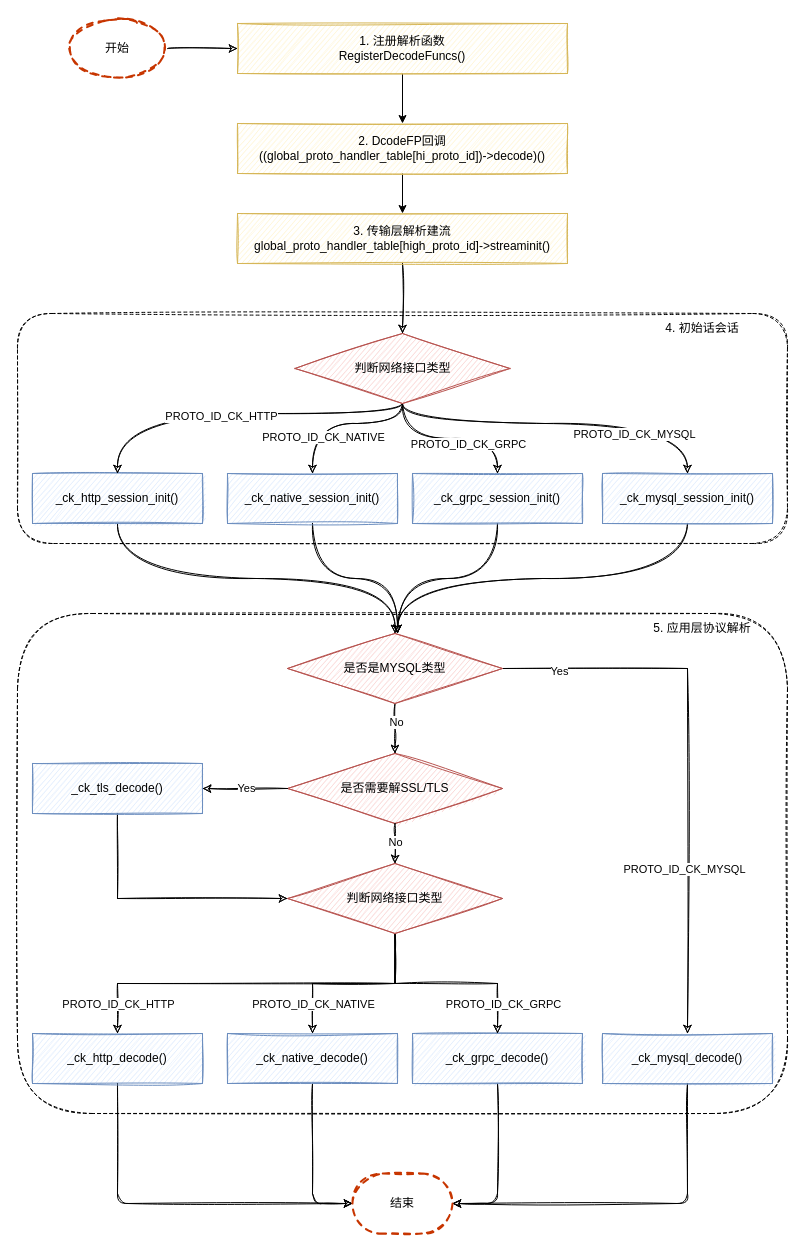
Earlier version of the draw.io diagram ck parse progess.drawio (leonce28/draw-io-img). Source tidied: cells renumbered, new cells numbered last; positions are measured from the earlier drawing's top-left corner, leaving out a move shared by most shapes. Both pictures are drawn from the tidied source at 100%, with x=0, y=0 at pixel (17, 18).
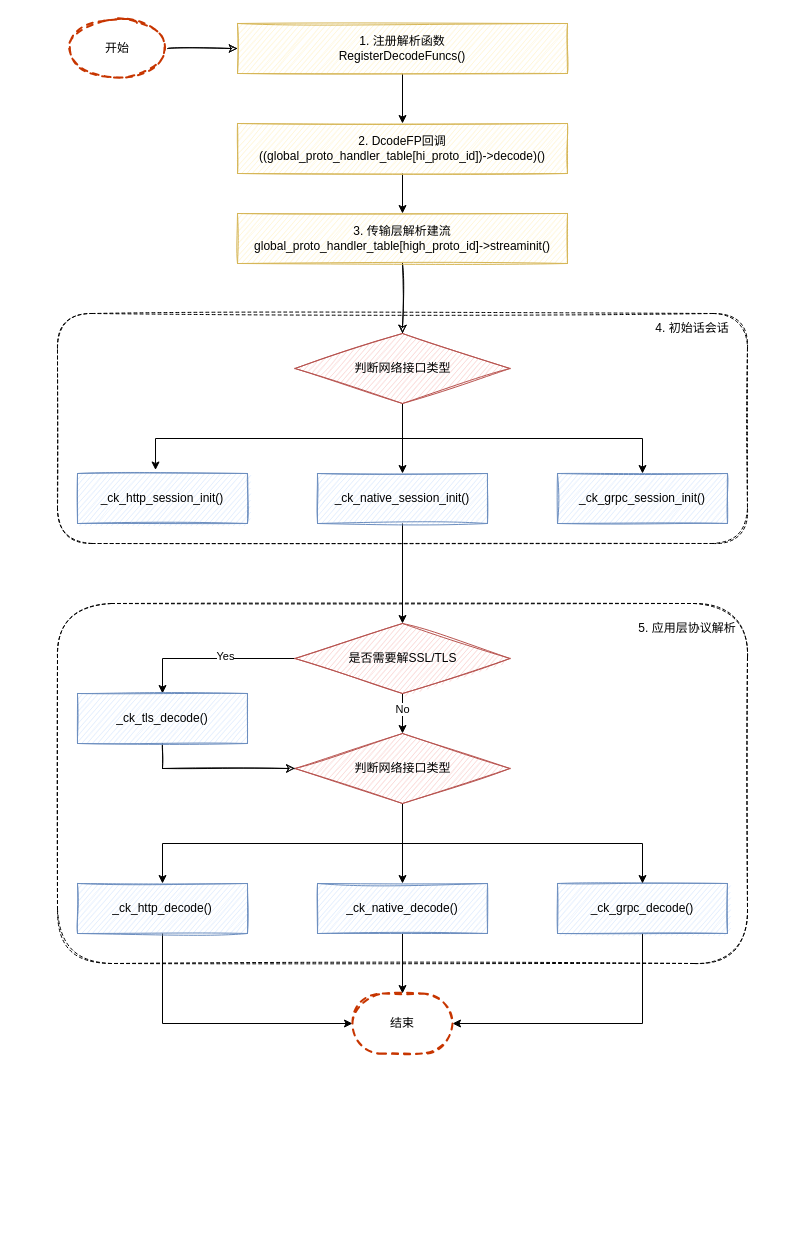
After the change.

Unchanged cells that the change refers to:
```xml
<mxCell id="25" value="&lt;span style=&quot;font-family: monospace; font-size: 0px;&quot;&gt;4&lt;/span&gt;" style="rhombus;whiteSpace=wrap;html=1;fillStyle=auto;strokeColor=#b85450;fillColor=#f8cecc;sketch=1;" parent="1" vertex="1">
  <mxGeometry x="277.5" y="315" width="215" height="70" as="geometry" />
</mxCell>
```

The edit, as a diff of the source:
```diff
@@
+    <mxCell id="64" style="rounded=1;whiteSpace=wrap;html=1;shadow=0;glass=0;dashed=1;sketch=1;fillStyle=auto;strokeWidth=1;fillColor=none;fontColor=#333333;strokeColor=#000000;" parent="1" vertex="1">
+      <mxGeometry x="40" y="585" width="690" height="360" as="geometry" />
+    </mxCell>
+    <mxCell id="65" style="edgeStyle=orthogonalEdgeStyle;rounded=0;jettySize=auto;html=1;exitX=0.5;exitY=1;exitDx=0;exitDy=0;entryX=0.5;entryY=0;entryDx=0;entryDy=0;" parent="1" edge="1" source="2" target="42">
+      <mxGeometry relative="1" as="geometry" />
+    </mxCell>
+    <mxCell id="66" value="No" style="edgeLabel;html=1;align=center;verticalAlign=middle;" parent="65" vertex="1">
+      <mxGeometry x="-0.25" y="-1" relative="1" as="geometry" />
+    </mxCell>
+    <mxCell id="67" style="edgeStyle=orthogonalEdgeStyle;rounded=0;jettySize=auto;html=1;exitX=0;exitY=0.5;exitDx=0;exitDy=0;entryX=0.5;entryY=0;entryDx=0;entryDy=0;" parent="1" edge="1" source="2" target="55">
+      <mxGeometry relative="1" as="geometry" />
+    </mxCell>
+    <mxCell id="68" value="Yes" style="edgeLabel;html=1;align=center;verticalAlign=middle;" parent="67" vertex="1">
+      <mxGeometry x="-0.16" y="-3" relative="1" as="geometry" />
+    </mxCell>
     <mxCell id="2" style="rhombus;whiteSpace=wrap;html=1;fillStyle=auto;strokeColor=#b85450;fillColor=#f8cecc;sketch=1;labelBorderColor=#19750F;" parent="1" vertex="1">
-      <mxGeometry x="270" y="735" width="215" height="70" as="geometry" />
+      <mxGeometry x="277.5" y="605" width="215" height="70" as="geometry" />
     </mxCell>
-    <mxCell id="3" style="rounded=1;whiteSpace=wrap;html=1;shadow=0;glass=0;dashed=1;sketch=1;fillStyle=auto;strokeWidth=1;fillColor=none;fontColor=#333333;strokeColor=#000000;" parent="1" vertex="1">
-      <mxGeometry y="595" width="770" height="500" as="geometry" />
-    </mxCell>
     <mxCell id="4" style="rounded=1;whiteSpace=wrap;html=1;shadow=0;glass=0;dashed=1;sketch=1;fillStyle=auto;strokeWidth=1;fillColor=none;fontColor=#333333;strokeColor=#000000;" parent="1" vertex="1">
-      <mxGeometry y="295" width="770" height="230" as="geometry" />
+      <mxGeometry x="40" y="295" width="690" height="230" as="geometry" />
     </mxCell>
@@
-    <mxCell id="11" style="edgeStyle=orthogonalEdgeStyle;curved=1;sketch=1;jettySize=auto;html=1;exitX=0.5;exitY=1;exitDx=0;exitDy=0;fontColor=#000000;labelBorderColor=none;fillColor=#d5e8d4;strokeColor=#000000;" parent="1" edge="1" source="12">
-      <mxGeometry relative="1" as="geometry">
-        <mxPoint x="380" y="615" as="targetPoint" />
-      </mxGeometry>
-    </mxCell>
+    <mxCell id="69" style="edgeStyle=orthogonalEdgeStyle;rounded=0;jettySize=auto;html=1;exitX=0.5;exitY=1;exitDx=0;exitDy=0;entryX=0.5;entryY=0;entryDx=0;entryDy=0;" parent="1" edge="1" source="12" target="2">
+      <mxGeometry relative="1" as="geometry" />
+    </mxCell>
     <mxCell id="12" value="_ck_native_session_init()" style="rounded=0;whiteSpace=wrap;html=1;fillStyle=auto;fillColor=#dae8fc;gradientDirection=north;sketch=1;strokeColor=#6c8ebf;" parent="1" vertex="1">
-      <mxGeometry x="210" y="455" width="170" height="50" as="geometry" />
+      <mxGeometry x="300" y="455" width="170" height="50" as="geometry" />
     </mxCell>
-    <mxCell id="13" style="edgeStyle=orthogonalEdgeStyle;curved=1;sketch=1;jettySize=auto;html=1;exitX=0.5;exitY=1;exitDx=0;exitDy=0;fontColor=#000000;labelBorderColor=none;fillColor=#d5e8d4;strokeColor=#000000;" parent="1" edge="1" source="14" target="52">
-      <mxGeometry relative="1" as="geometry" />
-    </mxCell>
     <mxCell id="14" value="_ck_http_session_init()" style="rounded=0;whiteSpace=wrap;html=1;fillStyle=auto;fillColor=#dae8fc;gradientDirection=north;sketch=1;strokeColor=#6c8ebf;" parent="1" vertex="1">
-      <mxGeometry x="15" y="455" width="170" height="50" as="geometry" />
+      <mxGeometry x="60" y="455" width="170" height="50" as="geometry" />
     </mxCell>
-    <mxCell id="15" style="edgeStyle=orthogonalEdgeStyle;curved=1;sketch=1;jettySize=auto;html=1;exitX=0.5;exitY=1;exitDx=0;exitDy=0;fontColor=#000000;labelBorderColor=none;fillColor=#d5e8d4;strokeColor=#000000;" parent="1" edge="1" source="16">
-      <mxGeometry relative="1" as="geometry">
-        <mxPoint x="380" y="615" as="targetPoint" />
-      </mxGeometry>
-    </mxCell>
     <mxCell id="16" value="_ck_grpc_session_init()" style="rounded=0;whiteSpace=wrap;html=1;fillStyle=auto;fillColor=#dae8fc;gradientDirection=north;sketch=1;strokeColor=#6c8ebf;" parent="1" vertex="1">
-      <mxGeometry x="395" y="455" width="170" height="50" as="geometry" />
+      <mxGeometry x="540" y="455" width="170" height="50" as="geometry" />
     </mxCell>
+    <mxCell id="19" style="edgeStyle=orthogonalEdgeStyle;rounded=0;jettySize=auto;html=1;exitX=0.5;exitY=1;exitDx=0;exitDy=0;" parent="1" edge="1" source="25" target="12">
+      <mxGeometry relative="1" as="geometry" />
+    </mxCell>
-    <mxCell id="17" style="edgeStyle=orthogonalEdgeStyle;jettySize=auto;html=1;exitX=0.5;exitY=1;exitDx=0;exitDy=0;entryX=0.5;entryY=0;entryDx=0;entryDy=0;sketch=1;fillColor=#d5e8d4;strokeColor=#000000;curved=1;fontColor=#000000;labelBorderColor=none;" parent="1" edge="1" source="25" target="14">
-      <mxGeometry relative="1" as="geometry">
-        <Array as="points">
-          <mxPoint x="385" y="395" />
-          <mxPoint x="100" y="395" />
-        </Array>
-      </mxGeometry>
+    <mxCell id="17" style="edgeStyle=orthogonalEdgeStyle;rounded=0;jettySize=auto;html=1;exitX=0.5;exitY=1;exitDx=0;exitDy=0;entryX=0.459;entryY=-0.07;entryDx=0;entryDy=0;entryPerimeter=0;" parent="1" edge="1" source="25" target="14">
+      <mxGeometry relative="1" as="geometry" />
     </mxCell>
-    <mxCell id="18" value="PROTO_ID_CK_HTTP" style="edgeLabel;html=1;align=center;verticalAlign=middle;fontColor=#000000;labelBorderColor=none;" parent="17" vertex="1">
-      <mxGeometry x="0.08" y="2" relative="1" as="geometry" />
-    </mxCell>
-    <mxCell id="19" style="edgeStyle=orthogonalEdgeStyle;jettySize=auto;html=1;exitX=0.5;exitY=1;exitDx=0;exitDy=0;entryX=0.5;entryY=0;entryDx=0;entryDy=0;sketch=1;fillColor=#d5e8d4;strokeColor=#000000;curved=1;fontColor=#000000;labelBorderColor=none;" parent="1" edge="1" source="25" target="12">
-      <mxGeometry relative="1" as="geometry">
-        <Array as="points">
-          <mxPoint x="385" y="405" />
-          <mxPoint x="295" y="405" />
-        </Array>
-      </mxGeometry>
-    </mxCell>
-    <mxCell id="20" value="PROTO_ID_CK_NATIVE" style="edgeLabel;html=1;align=center;verticalAlign=middle;fontColor=#000000;labelBorderColor=none;" parent="19" vertex="1">
-      <mxGeometry x="0.54" y="10" relative="1" as="geometry" />
-    </mxCell>
-    <mxCell id="21" style="edgeStyle=orthogonalEdgeStyle;jettySize=auto;html=1;exitX=0.5;exitY=1;exitDx=0;exitDy=0;entryX=0.5;entryY=0;entryDx=0;entryDy=0;sketch=1;fillColor=#d5e8d4;strokeColor=#000000;curved=1;fontColor=#000000;labelBorderColor=none;" parent="1" edge="1" source="25" target="16">
+    <mxCell id="21" style="edgeStyle=orthogonalEdgeStyle;rounded=0;jettySize=auto;html=1;exitX=0.5;exitY=1;exitDx=0;exitDy=0;entryX=0.5;entryY=0;entryDx=0;entryDy=0;" parent="1" edge="1" source="25" target="16">
       <mxGeometry relative="1" as="geometry" />
     </mxCell>
-    <mxCell id="22" value="PROTO_ID_CK_GRPC" style="edgeLabel;html=1;align=center;verticalAlign=middle;fontColor=#000000;labelBorderColor=none;" parent="21" vertex="1">
-      <mxGeometry x="0.04" relative="1" as="geometry">
-        <mxPoint x="14" y="5" as="offset" />
-      </mxGeometry>
-    </mxCell>
-    <mxCell id="23" style="edgeStyle=orthogonalEdgeStyle;curved=1;sketch=1;jettySize=auto;html=1;fillColor=#d5e8d4;strokeColor=#000000;exitX=0.5;exitY=1;exitDx=0;exitDy=0;fontColor=#000000;labelBorderColor=none;" parent="1" edge="1" source="25" target="28">
-      <mxGeometry relative="1" as="geometry">
-        <Array as="points">
-          <mxPoint x="385" y="405" />
-          <mxPoint x="670" y="405" />
-        </Array>
-      </mxGeometry>
-    </mxCell>
-    <mxCell id="24" value="PROTO_ID_CK_MYSQL" style="edgeLabel;html=1;align=center;verticalAlign=middle;fontColor=#000000;labelBorderColor=none;" parent="23" vertex="1">
-      <mxGeometry x="0.41" y="-10" relative="1" as="geometry">
-        <mxPoint x="1" as="offset" />
-      </mxGeometry>
-    </mxCell>
@@
-    <mxCell id="27" style="edgeStyle=orthogonalEdgeStyle;curved=1;sketch=1;jettySize=auto;html=1;exitX=0.5;exitY=1;exitDx=0;exitDy=0;fontColor=#000000;labelBorderColor=none;fillColor=#d5e8d4;strokeColor=#000000;" parent="1" edge="1" source="28">
-      <mxGeometry relative="1" as="geometry">
-        <mxPoint x="380" y="615" as="targetPoint" />
-      </mxGeometry>
-    </mxCell>
-    <mxCell id="28" value="_ck_mysql_session_init()" style="rounded=0;whiteSpace=wrap;html=1;fillStyle=auto;fillColor=#dae8fc;gradientDirection=north;sketch=1;strokeColor=#6c8ebf;" parent="1" vertex="1">
-      <mxGeometry x="585" y="455" width="170" height="50" as="geometry" />
-    </mxCell>
     <mxCell id="29" value="4. 初始话会话" style="text;html=1;align=center;verticalAlign=middle;whiteSpace=wrap;rounded=0;shadow=0;glass=0;dashed=1;sketch=1;fillStyle=auto;" parent="1" vertex="1">
-      <mxGeometry x="630" y="295" width="110" height="30" as="geometry" />
+      <mxGeometry x="620" y="295" width="110" height="30" as="geometry" />
     </mxCell>
-    <mxCell id="30" style="edgeStyle=orthogonalEdgeStyle;sketch=1;jettySize=auto;html=1;exitX=0.5;exitY=1;exitDx=0;exitDy=0;entryX=0;entryY=0.5;entryDx=0;entryDy=0;entryPerimeter=0;labelBorderColor=none;fontColor=#000000;strokeColor=#000000;rounded=1;" parent="1" edge="1" source="31" target="63">
+    <mxCell id="30" style="edgeStyle=orthogonalEdgeStyle;rounded=0;jettySize=auto;html=1;exitX=0.5;exitY=1;exitDx=0;exitDy=0;" parent="1" edge="1" source="31" target="63">
       <mxGeometry relative="1" as="geometry" />
     </mxCell>
     <mxCell id="31" value="_ck_native_decode()" style="rounded=0;whiteSpace=wrap;html=1;fillStyle=auto;fillColor=#dae8fc;gradientDirection=north;sketch=1;strokeColor=#6c8ebf;" parent="1" vertex="1">
-      <mxGeometry x="210" y="1015" width="170" height="50" as="geometry" />
+      <mxGeometry x="300" y="865" width="170" height="50" as="geometry" />
     </mxCell>
-    <mxCell id="32" style="edgeStyle=orthogonalEdgeStyle;sketch=1;jettySize=auto;html=1;exitX=0.5;exitY=1;exitDx=0;exitDy=0;entryX=0;entryY=0.5;entryDx=0;entryDy=0;entryPerimeter=0;labelBorderColor=none;fontColor=#000000;strokeColor=#000000;rounded=1;" parent="1" edge="1" source="33" target="63">
+    <mxCell id="32" style="edgeStyle=orthogonalEdgeStyle;rounded=0;jettySize=auto;html=1;exitX=0.5;exitY=1;exitDx=0;exitDy=0;entryX=0;entryY=0.5;entryDx=0;entryDy=0;entryPerimeter=0;" parent="1" edge="1" source="33" target="63">
       <mxGeometry relative="1" as="geometry" />
     </mxCell>
     <mxCell id="33" value="_ck_http_decode()" style="rounded=0;whiteSpace=wrap;html=1;fillStyle=auto;fillColor=#dae8fc;gradientDirection=north;sketch=1;strokeColor=#6c8ebf;" parent="1" vertex="1">
-      <mxGeometry x="15" y="1015" width="170" height="50" as="geometry" />
+      <mxGeometry x="60" y="865" width="170" height="50" as="geometry" />
     </mxCell>
-    <mxCell id="34" style="edgeStyle=orthogonalEdgeStyle;sketch=1;jettySize=auto;html=1;exitX=0.5;exitY=1;exitDx=0;exitDy=0;entryX=1;entryY=0.5;entryDx=0;entryDy=0;entryPerimeter=0;labelBorderColor=none;fontColor=#000000;strokeColor=#000000;rounded=1;" parent="1" edge="1" source="35" target="63">
+    <mxCell id="34" style="edgeStyle=orthogonalEdgeStyle;rounded=0;jettySize=auto;html=1;exitX=0.5;exitY=1;exitDx=0;exitDy=0;entryX=1;entryY=0.5;entryDx=0;entryDy=0;entryPerimeter=0;" parent="1" edge="1" source="35" target="63">
       <mxGeometry relative="1" as="geometry" />
     </mxCell>
     <mxCell id="35" value="_ck_grpc_decode()" style="rounded=0;whiteSpace=wrap;html=1;fillStyle=auto;fillColor=#dae8fc;gradientDirection=north;sketch=1;strokeColor=#6c8ebf;" parent="1" vertex="1">
-      <mxGeometry x="395" y="1015" width="170" height="50" as="geometry" />
+      <mxGeometry x="540" y="865" width="170" height="50" as="geometry" />
     </mxCell>
-    <mxCell id="36" style="edgeStyle=orthogonalEdgeStyle;sketch=1;jettySize=auto;html=1;exitX=0.5;exitY=1;exitDx=0;exitDy=0;entryX=0.5;entryY=0;entryDx=0;entryDy=0;fontColor=#19750F;labelBorderColor=#19750F;fillColor=#d5e8d4;strokeColor=#000000;rounded=0;" parent="1" edge="1" source="42" target="33">
-      <mxGeometry relative="1" as="geometry">
-        <Array as="points">
-          <mxPoint x="378" y="965" />
-          <mxPoint x="100" y="965" />
-        </Array>
-      </mxGeometry>
+    <mxCell id="36" style="edgeStyle=orthogonalEdgeStyle;rounded=0;jettySize=auto;html=1;exitX=0.5;exitY=1;exitDx=0;exitDy=0;" parent="1" edge="1" source="42" target="33">
+      <mxGeometry relative="1" as="geometry" />
     </mxCell>
-    <mxCell id="37" value="PROTO_ID_CK_HTTP" style="edgeLabel;html=1;align=center;verticalAlign=middle;fontColor=#000000;labelBorderColor=none;" parent="36" vertex="1">
-      <mxGeometry x="0.32" y="5" relative="1" as="geometry">
-        <mxPoint x="-78" y="15" as="offset" />
-      </mxGeometry>
-    </mxCell>
+    <mxCell id="40" style="edgeStyle=orthogonalEdgeStyle;rounded=0;jettySize=auto;html=1;exitX=0.5;exitY=1;exitDx=0;exitDy=0;" parent="1" edge="1" source="42" target="31">
+      <mxGeometry relative="1" as="geometry" />
+    </mxCell>
-    <mxCell id="38" style="edgeStyle=orthogonalEdgeStyle;rounded=0;sketch=1;jettySize=auto;html=1;exitX=0.5;exitY=1;exitDx=0;exitDy=0;entryX=0.5;entryY=0;entryDx=0;entryDy=0;labelBorderColor=none;fontColor=#000000;strokeColor=#000000;" parent="1" edge="1" source="42" target="35">
+    <mxCell id="38" style="edgeStyle=orthogonalEdgeStyle;rounded=0;jettySize=auto;html=1;exitX=0.5;exitY=1;exitDx=0;exitDy=0;" parent="1" edge="1" source="42" target="35">
       <mxGeometry relative="1" as="geometry" />
     </mxCell>
-    <mxCell id="39" value="PROTO_ID_CK_GRPC" style="edgeLabel;html=1;align=center;verticalAlign=middle;fontColor=#000000;" parent="38" vertex="1">
-      <mxGeometry x="0.14" y="-4" relative="1" as="geometry">
-        <mxPoint x="43" y="16" as="offset" />
-      </mxGeometry>
-    </mxCell>
-    <mxCell id="40" style="edgeStyle=orthogonalEdgeStyle;rounded=0;sketch=1;jettySize=auto;html=1;exitX=0.5;exitY=1;exitDx=0;exitDy=0;entryX=0.5;entryY=0;entryDx=0;entryDy=0;labelBorderColor=none;fontColor=#000000;strokeColor=#000000;" parent="1" edge="1" source="42" target="31">
-      <mxGeometry relative="1" as="geometry" />
-    </mxCell>
-    <mxCell id="41" value="PROTO_ID_CK_NATIVE" style="edgeLabel;html=1;align=center;verticalAlign=middle;fontColor=#000000;" parent="40" vertex="1">
-      <mxGeometry x="0.37" relative="1" as="geometry">
-        <mxPoint x="-7" y="20" as="offset" />
-      </mxGeometry>
-    </mxCell>
     <mxCell id="42" style="rhombus;whiteSpace=wrap;html=1;fillStyle=auto;strokeColor=#b85450;fillColor=#f8cecc;sketch=1;labelBorderColor=#19750F;" parent="1" vertex="1">
-      <mxGeometry x="270" y="845" width="215" height="70" as="geometry" />
+      <mxGeometry x="277.5" y="715" width="215" height="70" as="geometry" />
     </mxCell>
     <mxCell id="43" value="判断网络接口类型" style="text;html=1;strokeColor=none;fillColor=none;align=center;verticalAlign=middle;whiteSpace=wrap;rounded=0;fillStyle=auto;sketch=1;labelBorderColor=none;" parent="1" vertex="1">
-      <mxGeometry x="321.2" y="865" width="112.5" height="30" as="geometry" />
+      <mxGeometry x="328.8" y="735" width="112.5" height="30" as="geometry" />
     </mxCell>
-    <mxCell id="44" style="edgeStyle=orthogonalEdgeStyle;sketch=1;jettySize=auto;html=1;exitX=0.5;exitY=1;exitDx=0;exitDy=0;entryX=1;entryY=0.5;entryDx=0;entryDy=0;entryPerimeter=0;labelBorderColor=none;fontColor=#000000;strokeColor=#000000;rounded=1;" parent="1" edge="1" source="45" target="63">
-      <mxGeometry relative="1" as="geometry" />
-    </mxCell>
-    <mxCell id="45" value="_ck_mysql_decode()" style="rounded=0;whiteSpace=wrap;html=1;fillStyle=auto;fillColor=#dae8fc;gradientDirection=north;sketch=1;strokeColor=#6c8ebf;" parent="1" vertex="1">
-      <mxGeometry x="585" y="1015" width="170" height="50" as="geometry" />
-    </mxCell>
     <mxCell id="46" value="5. 应用层协议解析" style="text;html=1;align=center;verticalAlign=middle;whiteSpace=wrap;rounded=0;shadow=0;glass=0;dashed=1;sketch=1;fillStyle=auto;labelBorderColor=none;" parent="1" vertex="1">
-      <mxGeometry x="630" y="595" width="110" height="30" as="geometry" />
+      <mxGeometry x="610" y="595" width="120" height="30" as="geometry" />
     </mxCell>
-    <mxCell id="47" style="edgeStyle=orthogonalEdgeStyle;sketch=1;jettySize=auto;html=1;exitX=1;exitY=0.5;exitDx=0;exitDy=0;entryX=0.5;entryY=0;entryDx=0;entryDy=0;fontColor=#000000;rounded=0;labelBorderColor=none;fillColor=#d5e8d4;strokeColor=#000000;" parent="1" edge="1" source="52" target="45">
-      <mxGeometry relative="1" as="geometry" />
-    </mxCell>
-    <mxCell id="48" value="PROTO_ID_CK_MYSQL" style="edgeLabel;html=1;align=center;verticalAlign=middle;fontColor=#000000;labelBorderColor=none;" parent="47" vertex="1">
-      <mxGeometry x="0.4" y="3" relative="1" as="geometry">
-        <mxPoint x="-7" as="offset" />
-      </mxGeometry>
-    </mxCell>
-    <mxCell id="49" value="Yes" style="edgeLabel;html=1;align=center;verticalAlign=middle;fontColor=#000000;" parent="47" vertex="1">
-      <mxGeometry x="-0.8" y="-1" relative="1" as="geometry">
-        <mxPoint x="1" y="1" as="offset" />
-      </mxGeometry>
-    </mxCell>
-    <mxCell id="50" style="edgeStyle=orthogonalEdgeStyle;sketch=1;jettySize=auto;html=1;exitX=0.5;exitY=1;exitDx=0;exitDy=0;fontColor=#19750F;rounded=0;labelBorderColor=#19750F;fillColor=#d5e8d4;strokeColor=#000000;" parent="1" edge="1" source="52">
-      <mxGeometry relative="1" as="geometry">
-        <mxPoint x="377.5" y="735" as="targetPoint" />
-      </mxGeometry>
-    </mxCell>
-    <mxCell id="51" value="No" style="edgeLabel;html=1;align=center;verticalAlign=middle;fontColor=#000000;" parent="50" vertex="1">
-      <mxGeometry x="-0.3" y="1" relative="1" as="geometry" />
-    </mxCell>
-    <mxCell id="52" style="rhombus;whiteSpace=wrap;html=1;fillStyle=auto;strokeColor=#b85450;fillColor=#f8cecc;sketch=1;labelBorderColor=#19750F;" parent="1" vertex="1">
-      <mxGeometry x="270" y="615" width="215" height="70" as="geometry" />
-    </mxCell>
-    <mxCell id="53" value="是否是MYSQL类型" style="text;html=1;strokeColor=none;fillColor=none;align=center;verticalAlign=middle;whiteSpace=wrap;rounded=0;shadow=0;glass=0;dashed=1;sketch=1;fillStyle=auto;labelBorderColor=none;" parent="1" vertex="1">
-      <mxGeometry x="321.2" y="635" width="112.5" height="30" as="geometry" />
-    </mxCell>
@@
     <mxCell id="55" value="_ck_tls_decode()" style="rounded=0;whiteSpace=wrap;html=1;fillStyle=auto;fillColor=#dae8fc;gradientDirection=north;sketch=1;strokeColor=#6c8ebf;" parent="1" vertex="1">
-      <mxGeometry x="15" y="745" width="170" height="50" as="geometry" />
+      <mxGeometry x="60" y="675" width="170" height="50" as="geometry" />
     </mxCell>
-    <mxCell id="56" style="edgeStyle=orthogonalEdgeStyle;curved=1;sketch=1;jettySize=auto;html=1;exitX=0;exitY=0.5;exitDx=0;exitDy=0;fontColor=#19750F;labelBorderColor=#19750F;fillColor=#d5e8d4;strokeColor=#000000;" parent="1" edge="1" target="55">
-      <mxGeometry relative="1" as="geometry">
-        <mxPoint x="270" y="770" as="sourcePoint" />
-      </mxGeometry>
-    </mxCell>
-    <mxCell id="57" value="Yes" style="edgeLabel;html=1;align=center;verticalAlign=middle;fontColor=#000000;" parent="56" vertex="1">
-      <mxGeometry x="-0.02" y="-1" relative="1" as="geometry">
-        <mxPoint x="1" as="offset" />
-      </mxGeometry>
-    </mxCell>
-    <mxCell id="58" style="edgeStyle=orthogonalEdgeStyle;sketch=1;jettySize=auto;html=1;exitX=0.5;exitY=1;exitDx=0;exitDy=0;entryX=0.5;entryY=0;entryDx=0;entryDy=0;fontColor=#19750F;rounded=0;labelBorderColor=#19750F;fillColor=#d5e8d4;strokeColor=#000000;" parent="1" edge="1" target="42">
-      <mxGeometry relative="1" as="geometry">
-        <mxPoint x="377.5" y="805" as="sourcePoint" />
-      </mxGeometry>
-    </mxCell>
-    <mxCell id="59" value="No" style="edgeLabel;html=1;align=center;verticalAlign=middle;fontColor=#000000;" parent="58" vertex="1">
-      <mxGeometry x="-0.07" relative="1" as="geometry" />
-    </mxCell>
     <mxCell id="60" value="是否需要解SSL/TLS" style="text;html=1;strokeColor=none;fillColor=none;align=center;verticalAlign=middle;whiteSpace=wrap;rounded=0;shadow=0;glass=0;dashed=1;sketch=1;fillStyle=auto;labelBorderColor=none;" parent="1" vertex="1">
-      <mxGeometry x="321.2" y="755" width="112.5" height="30" as="geometry" />
+      <mxGeometry x="328.8" y="625" width="112.5" height="30" as="geometry" />
     </mxCell>
@@
     <mxCell id="63" value="结束" style="strokeWidth=2;html=1;shape=mxgraph.flowchart.terminator;whiteSpace=wrap;rounded=1;shadow=0;glass=0;dashed=1;labelBorderColor=none;sketch=1;fillStyle=auto;fillColor=none;strokeColor=#C73500;fontColor=#000000;gradientColor=none;gradientDirection=radial;" parent="1" vertex="1">
-      <mxGeometry x="335" y="1155" width="100" height="60" as="geometry" />
+      <mxGeometry x="335" y="975" width="100" height="60" as="geometry" />
     </mxCell>
```
